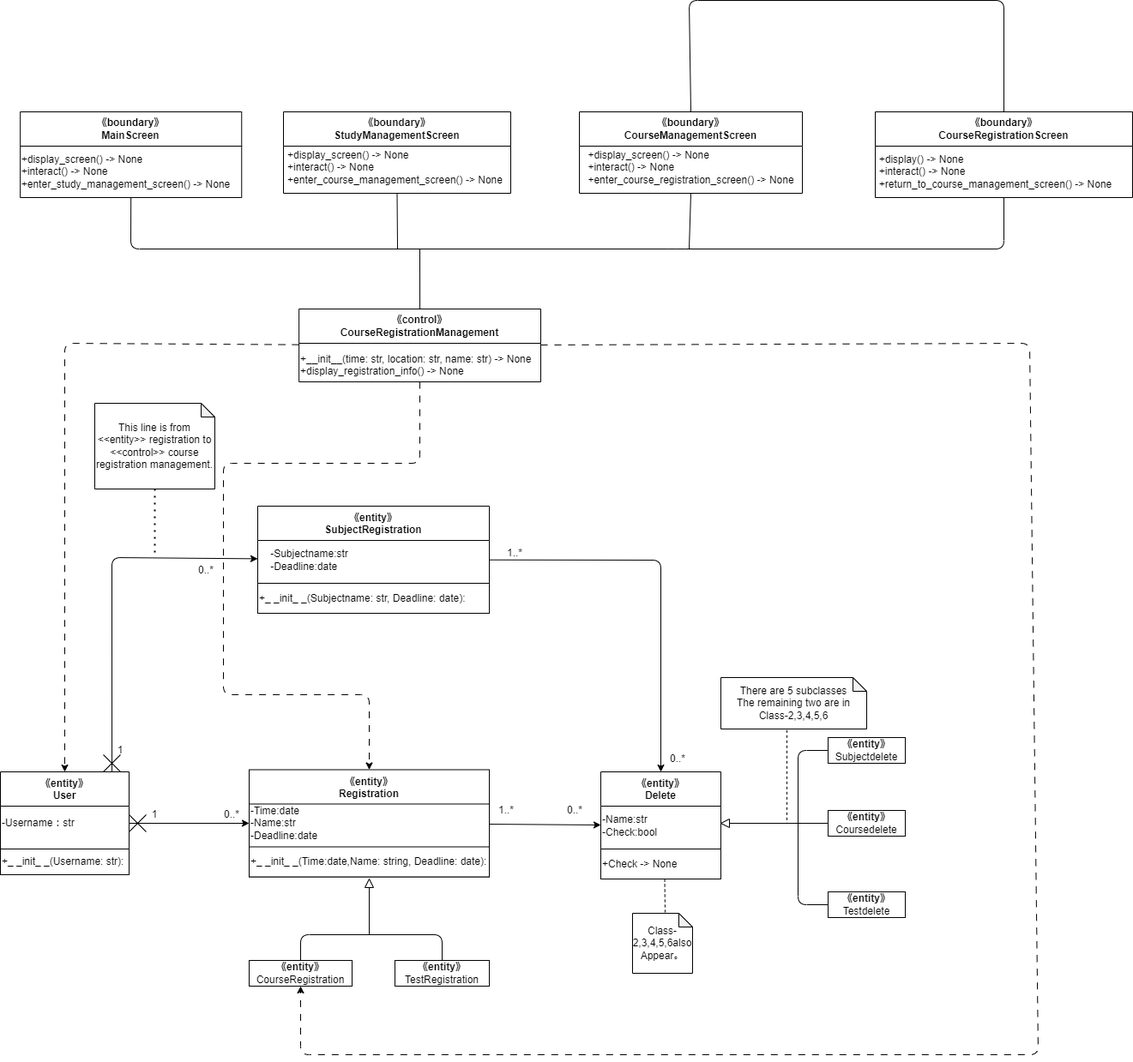
Earlier version of the draw.io export 設計Class1.drawio.png (Hu-Hanxu/First-App-Self-Management-). Source tidied: cells renumbered, new cells last; positions are measured from the earlier drawing's top-left corner, leaving out a move shared by most shapes.
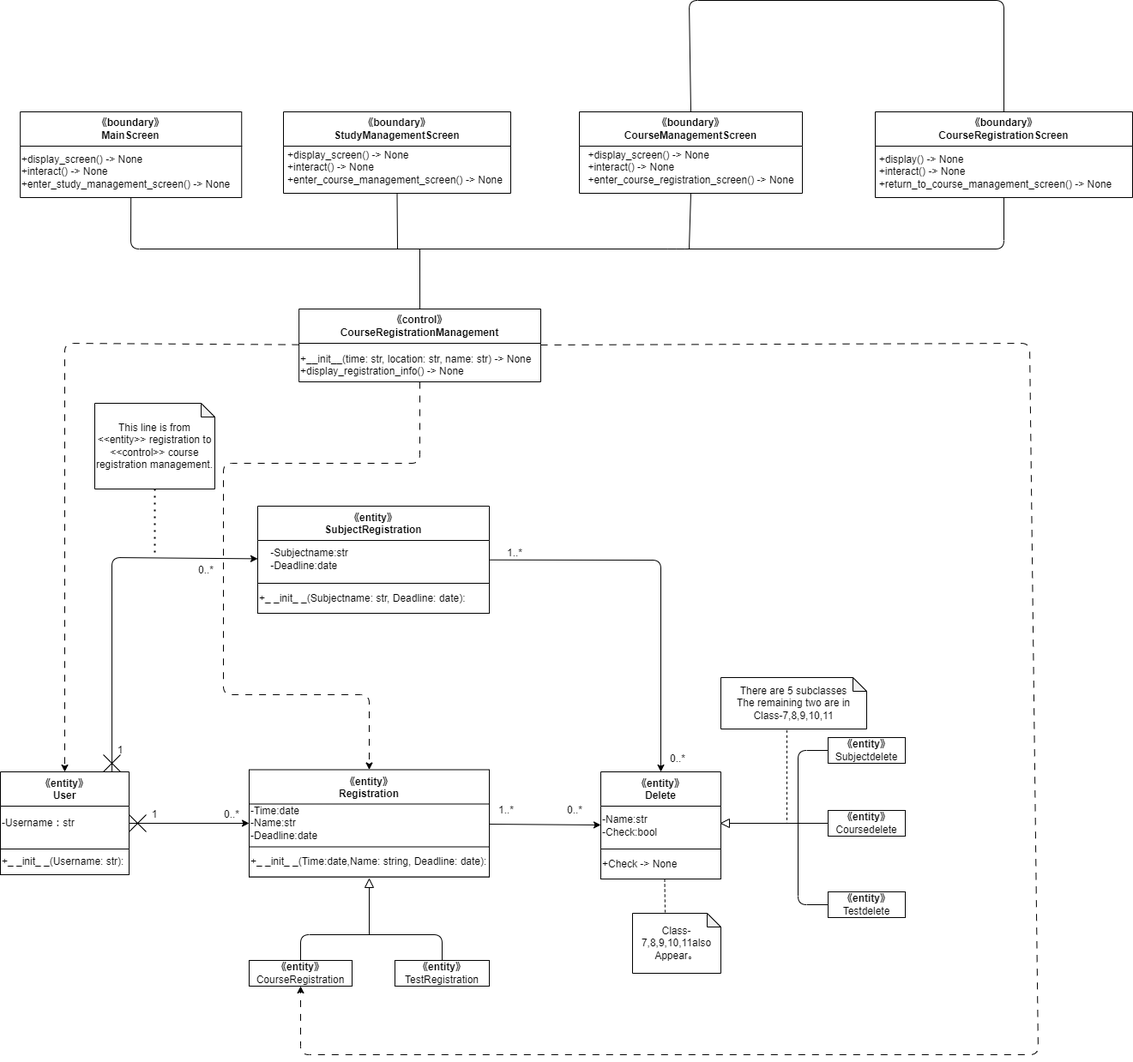
The same file after the commit.

What changed in the source:
```diff
@@ -66,7 +66,7 @@
         <mxPoint x="917" y="960" as="targetPoint" />
       </mxGeometry>
     </mxCell>
-    <mxCell id="21" value="&lt;div&gt;There are 5 subclasses&lt;/div&gt;&lt;div&gt;The remaining two are in Class-2,3,4,5,6&lt;/div&gt;" style="shape=note;whiteSpace=wrap;html=1;backgroundOutline=1;darkOpacity=0.05;size=16;" parent="1" vertex="1">
+    <mxCell id="21" value="&lt;div&gt;There are 5 subclasses&lt;/div&gt;&lt;div&gt;The remaining two are in Class-7,8,9,10,11&lt;/div&gt;" style="shape=note;whiteSpace=wrap;html=1;backgroundOutline=1;darkOpacity=0.05;size=16;" parent="1" vertex="1">
       <mxGeometry x="840" y="790" width="170" height="60" as="geometry" />
     </mxCell>
     <mxCell id="22" value="&lt;span style=&quot;font-weight: 700;&quot;&gt;《entity》&lt;/span&gt;&lt;br&gt;CourseRegistration" style="rounded=0;whiteSpace=wrap;html=1;" parent="1" vertex="1">
@@ -97,8 +97,8 @@
         <mxPoint x="775" y="1065" as="targetPoint" />
       </mxGeometry>
     </mxCell>
-    <mxCell id="28" value="&lt;div&gt;Class-2,3,4,5,6also&lt;/div&gt;&lt;span style=&quot;background-color: initial;&quot;&gt;Appear&lt;/span&gt;。" style="shape=note;whiteSpace=wrap;html=1;backgroundOutline=1;darkOpacity=0.05;size=16;" parent="1" vertex="1">
-      <mxGeometry x="737" y="1065" width="70" height="70" as="geometry" />
+    <mxCell id="28" value="&lt;div&gt;Class-7,8,9,10,11also&lt;/div&gt;&lt;span style=&quot;background-color: initial;&quot;&gt;Appear&lt;/span&gt;。" style="shape=note;whiteSpace=wrap;html=1;backgroundOutline=1;darkOpacity=0.05;size=16;" parent="1" vertex="1">
+      <mxGeometry x="737" y="1065" width="103" height="70" as="geometry" />
     </mxCell>
     <mxCell id="29" value="1" style="text;html=1;strokeColor=none;fillColor=none;align=center;verticalAlign=middle;whiteSpace=wrap;rounded=0;" parent="1" vertex="1">
       <mxGeometry x="150" y="935" width="60" height="30" as="geometry" />
```
